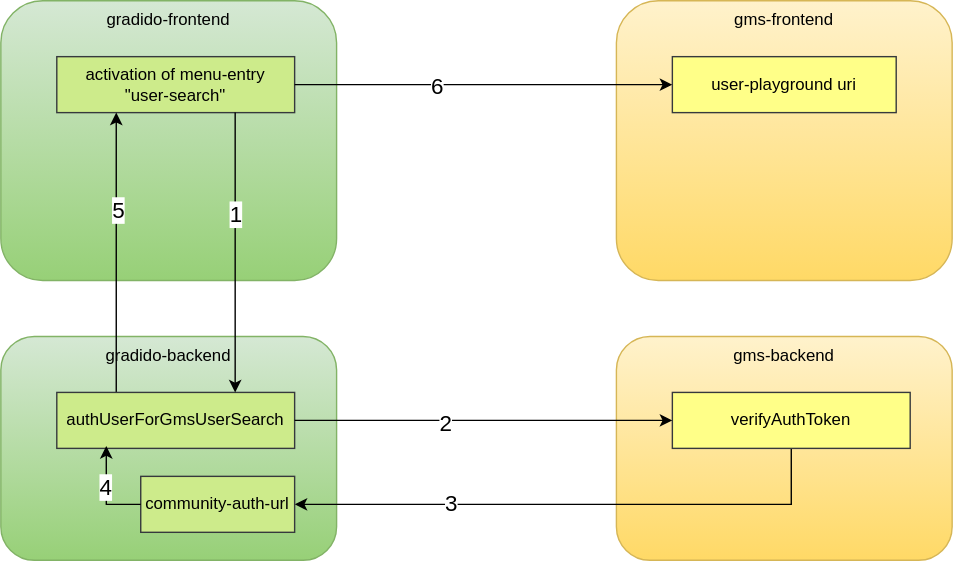
This is docu/Concepts/TechnicalRequirements/image/usecase-user_search.svg from gradido/gradido, a draw.io export, as it was before one commit. Source tidied: cells renumbered, new cells last; positions are measured from the earlier drawing's top-left corner, leaving out a move shared by most shapes.
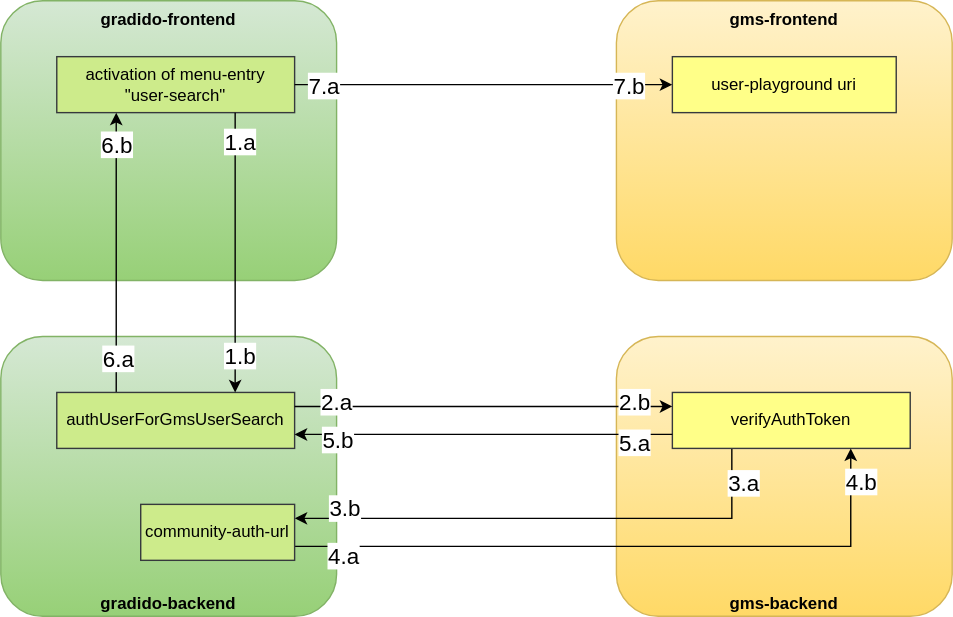
The same file after the commit.

Commit message:
description for authentication logic of user-search dialog

What changed in the source:
```diff
@@ -2,68 +2,119 @@
   <root>
     <mxCell id="0" />
     <mxCell id="1" parent="0" />
-    <mxCell id="2" value="gradido-frontend" style="rounded=1;whiteSpace=wrap;html=1;fillColor=#d5e8d4;gradientColor=#97d077;strokeColor=#82b366;horizontal=1;verticalAlign=top;" parent="1" vertex="1">
+    <mxCell id="2" value="gradido-frontend" style="rounded=1;whiteSpace=wrap;html=1;fillColor=#d5e8d4;gradientColor=#97d077;strokeColor=#82b366;horizontal=1;verticalAlign=top;fontStyle=1;" parent="1" vertex="1">
       <mxGeometry width="240" height="200" as="geometry" />
     </mxCell>
     <mxCell id="3" value="activation of menu-entry&lt;br&gt;&quot;user-search&quot;" style="rounded=0;whiteSpace=wrap;html=1;fillColor=#cdeb8b;strokeColor=#36393d;" parent="1" vertex="1">
       <mxGeometry x="40" y="40" width="170" height="40" as="geometry" />
     </mxCell>
-    <mxCell id="4" value="gradido-backend" style="rounded=1;whiteSpace=wrap;html=1;fillColor=#d5e8d4;gradientColor=#97d077;strokeColor=#82b366;verticalAlign=top;" parent="1" vertex="1">
-      <mxGeometry y="240" width="240" height="160" as="geometry" />
+    <mxCell id="4" value="gradido-backend" style="rounded=1;whiteSpace=wrap;html=1;fillColor=#d5e8d4;gradientColor=#97d077;strokeColor=#82b366;verticalAlign=bottom;align=center;fontStyle=1;" parent="1" vertex="1">
+      <mxGeometry y="240" width="240" height="200" as="geometry" />
     </mxCell>
     <mxCell id="5" style="edgeStyle=orthogonalEdgeStyle;rounded=0;jettySize=auto;html=1;entryX=0.25;entryY=1;entryDx=0;entryDy=0;exitX=0.25;exitY=0;exitDx=0;exitDy=0;" parent="1" edge="1" source="7" target="3">
       <mxGeometry relative="1" as="geometry" />
     </mxCell>
-    <mxCell id="6" value="&lt;font style=&quot;font-size: 16px;&quot;&gt;5&lt;/font&gt;" style="edgeLabel;html=1;align=center;verticalAlign=middle;" parent="5" vertex="1">
-      <mxGeometry x="0.31" y="-1" relative="1" as="geometry" />
+    <mxCell id="6" value="&lt;font style=&quot;font-size: 16px;&quot;&gt;6.a&lt;/font&gt;" style="edgeLabel;html=1;align=center;verticalAlign=middle;" parent="5" vertex="1">
+      <mxGeometry x="0.31" y="-1" relative="1" as="geometry">
+        <mxPoint y="106" as="offset" />
+      </mxGeometry>
     </mxCell>
+    <mxCell id="23" value="&lt;font style=&quot;font-size: 16px;&quot;&gt;6.b&lt;/font&gt;" style="edgeLabel;html=1;align=center;verticalAlign=middle;" parent="5" vertex="1">
+      <mxGeometry x="0.78" relative="1" as="geometry" />
+    </mxCell>
     <mxCell id="7" value="authUserForGmsUserSearch" style="rounded=0;whiteSpace=wrap;html=1;fillColor=#cdeb8b;strokeColor=#36393d;" parent="1" vertex="1">
       <mxGeometry x="40" y="280" width="170" height="40" as="geometry" />
     </mxCell>
     <mxCell id="8" style="edgeStyle=orthogonalEdgeStyle;rounded=0;jettySize=auto;html=1;entryX=0.75;entryY=0;entryDx=0;entryDy=0;exitX=0.75;exitY=1;exitDx=0;exitDy=0;" parent="1" edge="1" source="3" target="7">
       <mxGeometry relative="1" as="geometry" />
     </mxCell>
-    <mxCell id="9" value="1" style="edgeLabel;html=1;align=center;verticalAlign=middle;fontSize=16;" parent="8" vertex="1">
-      <mxGeometry x="-0.28" relative="1" as="geometry" />
+    <mxCell id="9" value="1.a" style="edgeLabel;html=1;align=center;verticalAlign=middle;fontSize=16;" parent="8" vertex="1">
+      <mxGeometry x="-0.28" relative="1" as="geometry">
+        <mxPoint x="3" y="-52" as="offset" />
+      </mxGeometry>
     </mxCell>
+    <mxCell id="24" value="&lt;font style=&quot;font-size: 16px;&quot;&gt;1.b&lt;/font&gt;" style="edgeLabel;html=1;align=center;verticalAlign=middle;" parent="8" vertex="1">
+      <mxGeometry x="0.43" y="1" relative="1" as="geometry">
+        <mxPoint x="2" y="30" as="offset" />
+      </mxGeometry>
+    </mxCell>
-    <mxCell id="10" value="gms-frontend" style="rounded=1;whiteSpace=wrap;html=1;fillColor=#fff2cc;gradientColor=#ffd966;strokeColor=#d6b656;horizontal=1;verticalAlign=top;" parent="1" vertex="1">
+    <mxCell id="10" value="gms-frontend" style="rounded=1;whiteSpace=wrap;html=1;fillColor=#fff2cc;gradientColor=#ffd966;strokeColor=#d6b656;horizontal=1;verticalAlign=top;fontStyle=1;" parent="1" vertex="1">
       <mxGeometry x="440" width="240" height="200" as="geometry" />
     </mxCell>
     <mxCell id="11" value="user-playground uri" style="rounded=0;whiteSpace=wrap;html=1;fillColor=#ffff88;strokeColor=#36393d;" parent="1" vertex="1">
       <mxGeometry x="480" y="40" width="160" height="40" as="geometry" />
     </mxCell>
-    <mxCell id="12" value="gms-backend" style="rounded=1;whiteSpace=wrap;html=1;fillColor=#fff2cc;gradientColor=#ffd966;strokeColor=#d6b656;verticalAlign=top;" parent="1" vertex="1">
-      <mxGeometry x="440" y="240" width="240" height="160" as="geometry" />
+    <mxCell id="12" value="gms-backend" style="rounded=1;whiteSpace=wrap;html=1;fillColor=#fff2cc;gradientColor=#ffd966;strokeColor=#d6b656;verticalAlign=bottom;fontStyle=1;" parent="1" vertex="1">
+      <mxGeometry x="440" y="240" width="240" height="200" as="geometry" />
     </mxCell>
-    <mxCell id="13" style="edgeStyle=orthogonalEdgeStyle;rounded=0;jettySize=auto;html=1;entryX=1;entryY=0.5;entryDx=0;entryDy=0;exitX=0.5;exitY=1;exitDx=0;exitDy=0;" parent="1" edge="1" source="15" target="18">
+    <mxCell id="13" style="edgeStyle=orthogonalEdgeStyle;rounded=0;jettySize=auto;html=1;entryX=1;entryY=0.25;entryDx=0;entryDy=0;exitX=0.25;exitY=1;exitDx=0;exitDy=0;" parent="1" edge="1" source="15" target="18">
       <mxGeometry relative="1" as="geometry" />
     </mxCell>
-    <mxCell id="14" value="&lt;font style=&quot;font-size: 16px;&quot;&gt;3&lt;/font&gt;" style="edgeLabel;html=1;align=center;verticalAlign=middle;" parent="13" vertex="1">
-      <mxGeometry x="0.44" y="-2" relative="1" as="geometry" />
+    <mxCell id="14" value="&lt;font style=&quot;font-size: 16px;&quot;&gt;3.b&lt;/font&gt;" style="edgeLabel;html=1;align=center;verticalAlign=middle;" parent="13" vertex="1">
+      <mxGeometry x="0.44" y="-2" relative="1" as="geometry">
+        <mxPoint x="-66" y="-6" as="offset" />
+      </mxGeometry>
     </mxCell>
+    <mxCell id="25" value="&lt;font style=&quot;font-size: 16px;&quot;&gt;3.a&lt;/font&gt;" style="edgeLabel;html=1;align=center;verticalAlign=middle;" parent="13" vertex="1">
+      <mxGeometry x="-0.68" relative="1" as="geometry">
+        <mxPoint x="15" y="-26" as="offset" />
+      </mxGeometry>
+    </mxCell>
     <mxCell id="15" value="verifyAuthToken" style="rounded=0;whiteSpace=wrap;html=1;fillColor=#ffff88;strokeColor=#36393d;" parent="1" vertex="1">
       <mxGeometry x="480" y="280" width="170" height="40" as="geometry" />
     </mxCell>
-    <mxCell id="16" style="edgeStyle=orthogonalEdgeStyle;rounded=0;jettySize=auto;html=1;entryX=0;entryY=0.5;entryDx=0;entryDy=0;" parent="1" edge="1" source="7" target="15">
+    <mxCell id="16" style="edgeStyle=orthogonalEdgeStyle;rounded=0;jettySize=auto;html=1;entryX=0;entryY=0.25;entryDx=0;entryDy=0;exitX=1;exitY=0.25;exitDx=0;exitDy=0;" parent="1" edge="1" source="7" target="15">
       <mxGeometry relative="1" as="geometry" />
     </mxCell>
-    <mxCell id="17" value="&lt;font style=&quot;font-size: 16px;&quot;&gt;2&lt;/font&gt;" style="edgeLabel;html=1;align=center;verticalAlign=middle;" parent="16" vertex="1">
-      <mxGeometry x="-0.21" y="-1" relative="1" as="geometry" />
+    <mxCell id="17" value="&lt;font style=&quot;font-size: 16px;&quot;&gt;2.a&lt;/font&gt;" style="edgeLabel;html=1;align=center;verticalAlign=middle;" parent="16" vertex="1">
+      <mxGeometry x="-0.21" y="-1" relative="1" as="geometry">
+        <mxPoint x="-78" y="-5" as="offset" />
+      </mxGeometry>
     </mxCell>
+    <mxCell id="26" value="2.b" style="edgeLabel;html=1;align=center;verticalAlign=middle;fontSize=16;" parent="16" vertex="1">
+      <mxGeometry x="0.61" relative="1" as="geometry">
+        <mxPoint x="25" y="-4" as="offset" />
+      </mxGeometry>
+    </mxCell>
+    <mxCell id="27" style="edgeStyle=orthogonalEdgeStyle;rounded=0;jettySize=auto;html=1;entryX=0.75;entryY=1;entryDx=0;entryDy=0;exitX=1;exitY=0.75;exitDx=0;exitDy=0;" parent="1" edge="1" source="18" target="15">
+      <mxGeometry relative="1" as="geometry" />
+    </mxCell>
+    <mxCell id="28" value="&lt;font style=&quot;font-size: 16px;&quot;&gt;4.a&lt;/font&gt;" style="edgeLabel;html=1;align=center;verticalAlign=middle;" parent="27" vertex="1">
+      <mxGeometry x="-0.34" y="-1" relative="1" as="geometry">
+        <mxPoint x="-121" y="5" as="offset" />
+      </mxGeometry>
+    </mxCell>
+    <mxCell id="29" value="&lt;font style=&quot;font-size: 16px;&quot;&gt;4.b&lt;/font&gt;" style="edgeLabel;html=1;align=center;verticalAlign=middle;" parent="27" vertex="1">
+      <mxGeometry x="0.89" relative="1" as="geometry">
+        <mxPoint x="7" y="-2" as="offset" />
+      </mxGeometry>
+    </mxCell>
     <mxCell id="18" value="community-auth-url" style="rounded=0;whiteSpace=wrap;html=1;fillColor=#cdeb8b;strokeColor=#36393d;" parent="1" vertex="1">
-      <mxGeometry x="100" y="340" width="110" height="40" as="geometry" />
+      <mxGeometry x="100" y="360" width="110" height="40" as="geometry" />
     </mxCell>
-    <mxCell id="19" style="edgeStyle=orthogonalEdgeStyle;rounded=0;jettySize=auto;html=1;entryX=0.208;entryY=0.958;entryDx=0;entryDy=0;entryPerimeter=0;exitX=0;exitY=0.5;exitDx=0;exitDy=0;" parent="1" edge="1" source="18" target="7">
+    <mxCell id="19" style="edgeStyle=orthogonalEdgeStyle;rounded=0;jettySize=auto;html=1;entryX=1;entryY=0.75;entryDx=0;entryDy=0;exitX=0;exitY=0.75;exitDx=0;exitDy=0;" parent="1" edge="1" source="15" target="7">
       <mxGeometry relative="1" as="geometry" />
     </mxCell>
-    <mxCell id="20" value="&lt;font style=&quot;font-size: 16px;&quot;&gt;4&lt;/font&gt;" style="edgeLabel;html=1;align=center;verticalAlign=middle;" parent="19" vertex="1">
-      <mxGeometry x="0.11" y="1" relative="1" as="geometry" />
+    <mxCell id="20" value="&lt;font style=&quot;font-size: 16px;&quot;&gt;5.b&lt;/font&gt;" style="edgeLabel;html=1;align=center;verticalAlign=middle;" parent="19" vertex="1">
+      <mxGeometry x="0.11" y="1" relative="1" as="geometry">
+        <mxPoint x="-90" y="2" as="offset" />
+      </mxGeometry>
     </mxCell>
+    <mxCell id="30" value="&lt;font style=&quot;font-size: 16px;&quot;&gt;5.a&lt;/font&gt;" style="edgeLabel;html=1;align=center;verticalAlign=middle;" parent="19" vertex="1">
+      <mxGeometry x="-0.77" relative="1" as="geometry">
+        <mxPoint x="2" y="5" as="offset" />
+      </mxGeometry>
+    </mxCell>
     <mxCell id="21" style="edgeStyle=orthogonalEdgeStyle;rounded=0;jettySize=auto;html=1;exitX=1;exitY=0.5;exitDx=0;exitDy=0;entryX=0;entryY=0.5;entryDx=0;entryDy=0;" parent="1" edge="1" source="3" target="11">
       <mxGeometry relative="1" as="geometry" />
     </mxCell>
-    <mxCell id="22" value="&lt;font style=&quot;font-size: 16px;&quot;&gt;6&lt;/font&gt;" style="edgeLabel;html=1;align=center;verticalAlign=middle;" parent="21" vertex="1">
-      <mxGeometry x="-0.25" relative="1" as="geometry" />
+    <mxCell id="22" value="&lt;font style=&quot;font-size: 16px;&quot;&gt;7.a&lt;/font&gt;" style="edgeLabel;html=1;align=center;verticalAlign=middle;" parent="21" vertex="1">
+      <mxGeometry x="-0.25" relative="1" as="geometry">
+        <mxPoint x="-81" as="offset" />
+      </mxGeometry>
     </mxCell>
+    <mxCell id="31" value="&lt;font style=&quot;font-size: 16px;&quot;&gt;7.b&lt;/font&gt;" style="edgeLabel;html=1;align=center;verticalAlign=middle;" parent="21" vertex="1">
+      <mxGeometry x="0.76" relative="1" as="geometry" />
+    </mxCell>
   </root>
 </mxGraphModel>
```
